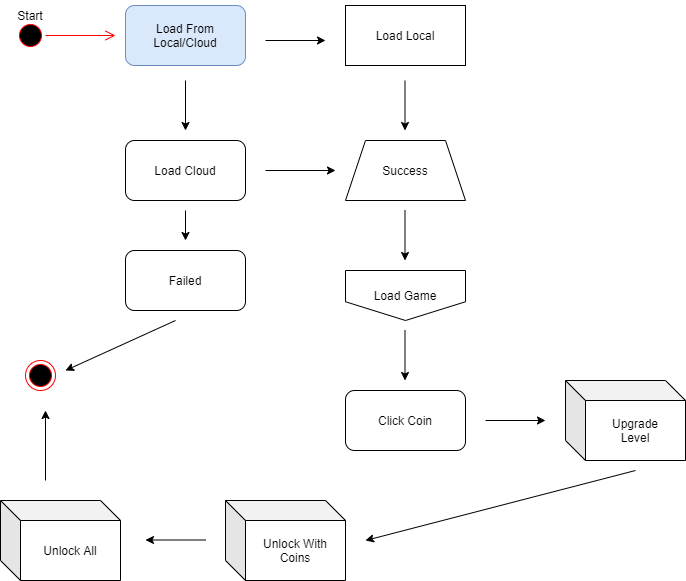
The draw.io diagram Activity Diagram.drawio.png in andreasmarbun14/Diagram-Draw-io, before a commit. Source tidied: cells renumbered, new cells last; positions are measured from the earlier drawing's top-left corner, leaving out a move shared by most shapes.
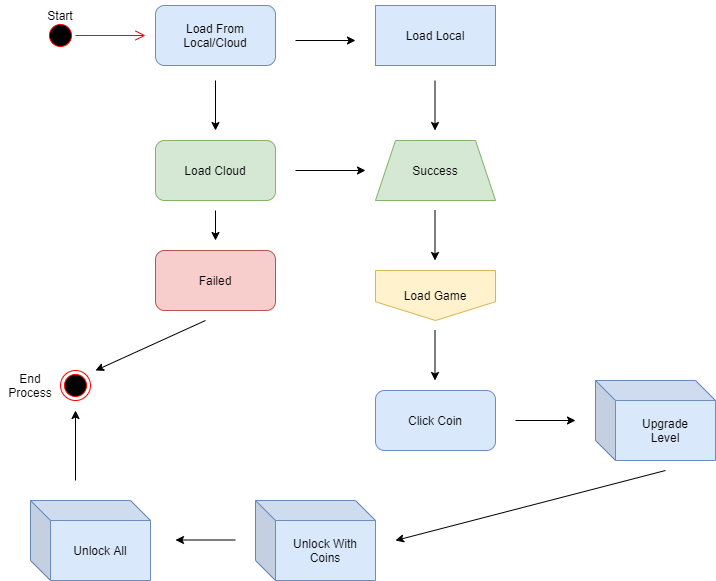
The same diagram one commit later.

What changed in the source:
```diff
@@ -22,7 +22,7 @@
         <mxPoint x="185" y="130" as="targetPoint" />
       </mxGeometry>
     </mxCell>
-    <mxCell id="7" value="Load Cloud" style="rounded=1;whiteSpace=wrap;html=1;" parent="1" vertex="1">
+    <mxCell id="7" value="Load Cloud" style="rounded=1;whiteSpace=wrap;html=1;fillColor=#d5e8d4;strokeColor=#82b366;" parent="1" vertex="1">
       <mxGeometry x="125" y="140" width="120" height="60" as="geometry" />
     </mxCell>
     <mxCell id="8" style="edgeStyle=none;rounded=0;orthogonalLoop=1;jettySize=auto;html=1;" parent="1" edge="1">
@@ -31,10 +31,10 @@
         <mxPoint x="335" y="170" as="targetPoint" />
       </mxGeometry>
     </mxCell>
-    <mxCell id="9" value="Success" style="shape=trapezoid;perimeter=trapezoidPerimeter;whiteSpace=wrap;html=1;fixedSize=1;" parent="1" vertex="1">
+    <mxCell id="9" value="Success" style="shape=trapezoid;perimeter=trapezoidPerimeter;whiteSpace=wrap;html=1;fixedSize=1;fillColor=#d5e8d4;strokeColor=#82b366;" parent="1" vertex="1">
       <mxGeometry x="345" y="140" width="120" height="60" as="geometry" />
     </mxCell>
-    <mxCell id="10" value="Failed" style="rounded=1;whiteSpace=wrap;html=1;" parent="1" vertex="1">
+    <mxCell id="10" value="Failed" style="rounded=1;whiteSpace=wrap;html=1;fillColor=#f8cecc;strokeColor=#b85450;" parent="1" vertex="1">
       <mxGeometry x="125" y="250" width="120" height="60" as="geometry" />
     </mxCell>
     <mxCell id="11" style="edgeStyle=none;rounded=0;orthogonalLoop=1;jettySize=auto;html=1;" parent="1" edge="1">
@@ -43,7 +43,7 @@
         <mxPoint x="185" y="240" as="targetPoint" />
       </mxGeometry>
     </mxCell>
-    <mxCell id="12" value="Load Local" style="rounded=0;whiteSpace=wrap;html=1;" parent="1" vertex="1">
+    <mxCell id="12" value="Load Local" style="rounded=0;whiteSpace=wrap;html=1;fillColor=#dae8fc;strokeColor=#6c8ebf;" parent="1" vertex="1">
       <mxGeometry x="345" y="5" width="120" height="60" as="geometry" />
     </mxCell>
     <mxCell id="13" style="edgeStyle=none;rounded=0;orthogonalLoop=1;jettySize=auto;html=1;" parent="1" edge="1">
@@ -59,7 +59,7 @@
       </mxGeometry>
     </mxCell>
     <mxCell id="15" style="ellipse;html=1;shape=endState;fillColor=#000000;strokeColor=#ff0000;" parent="1" vertex="1">
-      <mxGeometry x="25" y="360" width="30" height="30" as="geometry" />
+      <mxGeometry x="30" y="370" width="30" height="30" as="geometry" />
     </mxCell>
     <mxCell id="16" style="edgeStyle=none;rounded=0;orthogonalLoop=1;jettySize=auto;html=1;" parent="1" edge="1">
       <mxGeometry relative="1" as="geometry">
@@ -67,7 +67,7 @@
         <mxPoint x="65" y="370" as="targetPoint" />
       </mxGeometry>
     </mxCell>
-    <mxCell id="17" value="Load Game" style="shape=offPageConnector;whiteSpace=wrap;html=1;" parent="1" vertex="1">
+    <mxCell id="17" value="Load Game" style="shape=offPageConnector;whiteSpace=wrap;html=1;fillColor=#fff2cc;strokeColor=#d6b656;" parent="1" vertex="1">
       <mxGeometry x="345" y="270" width="120" height="50" as="geometry" />
     </mxCell>
     <mxCell id="18" style="endArrow=classic;html=1;rounded=0;" parent="1" edge="1">
@@ -82,7 +82,7 @@
         <mxPoint x="404.5" y="380" as="targetPoint" />
       </mxGeometry>
     </mxCell>
-    <mxCell id="20" value="Click Coin" style="rounded=1;whiteSpace=wrap;html=1;" parent="1" vertex="1">
+    <mxCell id="20" value="Click Coin" style="rounded=1;whiteSpace=wrap;html=1;fillColor=#dae8fc;strokeColor=#6c8ebf;" parent="1" vertex="1">
       <mxGeometry x="345" y="390" width="120" height="60" as="geometry" />
     </mxCell>
     <mxCell id="21" style="endArrow=classic;html=1;rounded=0;" parent="1" edge="1">
@@ -91,10 +91,10 @@
         <mxPoint x="545" y="420" as="targetPoint" />
       </mxGeometry>
     </mxCell>
-    <mxCell id="22" value="Upgrade&lt;br&gt;Level" style="shape=cube;whiteSpace=wrap;html=1;boundedLbl=1;backgroundOutline=1;darkOpacity=0.05;darkOpacity2=0.1;" parent="1" vertex="1">
+    <mxCell id="22" value="Upgrade&lt;br&gt;Level" style="shape=cube;whiteSpace=wrap;html=1;boundedLbl=1;backgroundOutline=1;darkOpacity=0.05;darkOpacity2=0.1;fillColor=#dae8fc;strokeColor=#6c8ebf;" parent="1" vertex="1">
       <mxGeometry x="565" y="380" width="120" height="80" as="geometry" />
     </mxCell>
-    <mxCell id="23" value="Unlock With Coins" style="shape=cube;whiteSpace=wrap;html=1;boundedLbl=1;backgroundOutline=1;darkOpacity=0.05;darkOpacity2=0.1;" parent="1" vertex="1">
+    <mxCell id="23" value="Unlock With Coins" style="shape=cube;whiteSpace=wrap;html=1;boundedLbl=1;backgroundOutline=1;darkOpacity=0.05;darkOpacity2=0.1;fillColor=#dae8fc;strokeColor=#6c8ebf;" parent="1" vertex="1">
       <mxGeometry x="225" y="500" width="120" height="80" as="geometry" />
     </mxCell>
     <mxCell id="24" style="endArrow=classic;html=1;rounded=0;" parent="1" edge="1">
@@ -103,7 +103,7 @@
         <mxPoint x="365" y="540" as="targetPoint" />
       </mxGeometry>
     </mxCell>
-    <mxCell id="25" value="Unlock All" style="shape=cube;whiteSpace=wrap;html=1;boundedLbl=1;backgroundOutline=1;darkOpacity=0.05;darkOpacity2=0.1;" parent="1" vertex="1">
+    <mxCell id="25" value="Unlock All" style="shape=cube;whiteSpace=wrap;html=1;boundedLbl=1;backgroundOutline=1;darkOpacity=0.05;darkOpacity2=0.1;fillColor=#dae8fc;strokeColor=#6c8ebf;" parent="1" vertex="1">
       <mxGeometry y="500" width="120" height="80" as="geometry" />
     </mxCell>
     <mxCell id="26" style="edgeStyle=none;rounded=0;orthogonalLoop=1;jettySize=auto;html=1;" parent="1" edge="1">
@@ -118,5 +118,8 @@
         <mxPoint x="45" y="410" as="targetPoint" />
       </mxGeometry>
     </mxCell>
+    <mxCell id="28" value="End Process" style="text;html=1;strokeColor=none;fillColor=none;align=center;verticalAlign=middle;whiteSpace=wrap;rounded=0;" parent="1" vertex="1">
+      <mxGeometry x="-30" y="370" width="60" height="30" as="geometry" />
+    </mxCell>
   </root>
 </mxGraphModel>
```
